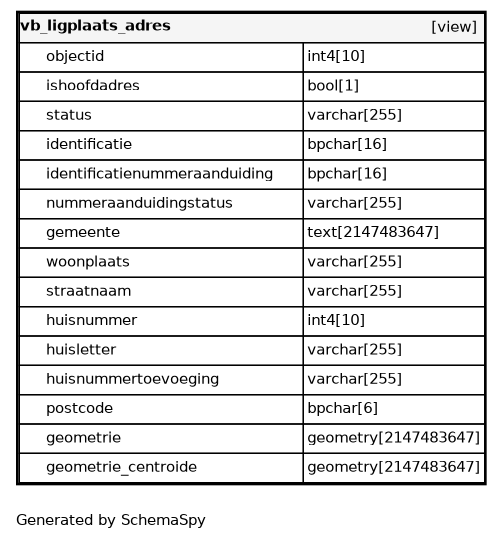
The Graphviz diagram datamodel/schemaspy/bag/diagrams/tables/vb_ligplaats_adres.1degree.png in B3Partners/brmo, before a commit. Its source is kept beside it as datamodel/schemaspy/bag/diagrams/tables/vb_ligplaats_adres.1degree.dot. The source it was exported from:
```dot
digraph "oneDegreeRelationshipsDiagram" {
  graph [    rankdir="RL"    bgcolor="#ffffff"    label="\nGenerated by SchemaSpy"    labeljust="l"    nodesep="0.18"    ranksep="0.46"    fontname="Helvetica"    fontsize="11"    ration="compress"  ];  node [    fontname="Helvetica"    fontsize="11"    shape="plaintext"  ];  edge [    arrowsize="0.8"  ];
  "vb_ligplaats_adres" [
   label=<
    <TABLE BORDER="2" CELLBORDER="1" CELLSPACING="0" BGCOLOR="#ffffff">
      <TR><TD COLSPAN="4"  BGCOLOR="#f5f5f5"><TABLE BORDER="0" CELLSPACING="0"><TR><TD ALIGN="LEFT" FIXEDSIZE="TRUE" WIDTH="109" HEIGHT="16"><B>vb_ligplaats_adres</B></TD><TD ALIGN="RIGHT">[view]</TD></TR></TABLE></TD></TR>
      <TR><TD PORT="objectid" COLSPAN="2" ALIGN="LEFT"><TABLE BORDER="0" CELLSPACING="0" ALIGN="LEFT"><TR ALIGN="LEFT"><TD ALIGN="LEFT" FIXEDSIZE="TRUE" WIDTH="15" HEIGHT="16"></TD><TD ALIGN="LEFT" FIXEDSIZE="TRUE" WIDTH="192" HEIGHT="16">objectid</TD></TR></TABLE></TD><TD PORT="objectid.type" ALIGN="LEFT">int4[10]</TD></TR>
      <TR><TD PORT="ishoofdadres" COLSPAN="2" ALIGN="LEFT"><TABLE BORDER="0" CELLSPACING="0" ALIGN="LEFT"><TR ALIGN="LEFT"><TD ALIGN="LEFT" FIXEDSIZE="TRUE" WIDTH="15" HEIGHT="16"></TD><TD ALIGN="LEFT" FIXEDSIZE="TRUE" WIDTH="192" HEIGHT="16">ishoofdadres</TD></TR></TABLE></TD><TD PORT="ishoofdadres.type" ALIGN="LEFT">bool[1]</TD></TR>
      <TR><TD PORT="status" COLSPAN="2" ALIGN="LEFT"><TABLE BORDER="0" CELLSPACING="0" ALIGN="LEFT"><TR ALIGN="LEFT"><TD ALIGN="LEFT" FIXEDSIZE="TRUE" WIDTH="15" HEIGHT="16"></TD><TD ALIGN="LEFT" FIXEDSIZE="TRUE" WIDTH="192" HEIGHT="16">status</TD></TR></TABLE></TD><TD PORT="status.type" ALIGN="LEFT">varchar[255]</TD></TR>
      <TR><TD PORT="identificatie" COLSPAN="2" ALIGN="LEFT"><TABLE BORDER="0" CELLSPACING="0" ALIGN="LEFT"><TR ALIGN="LEFT"><TD ALIGN="LEFT" FIXEDSIZE="TRUE" WIDTH="15" HEIGHT="16"></TD><TD ALIGN="LEFT" FIXEDSIZE="TRUE" WIDTH="192" HEIGHT="16">identificatie</TD></TR></TABLE></TD><TD PORT="identificatie.type" ALIGN="LEFT">bpchar[16]</TD></TR>
      <TR><TD PORT="identificatienummeraanduiding" COLSPAN="2" ALIGN="LEFT"><TABLE BORDER="0" CELLSPACING="0" ALIGN="LEFT"><TR ALIGN="LEFT"><TD ALIGN="LEFT" FIXEDSIZE="TRUE" WIDTH="15" HEIGHT="16"></TD><TD ALIGN="LEFT" FIXEDSIZE="TRUE" WIDTH="192" HEIGHT="16">identificatienummeraanduiding</TD></TR></TABLE></TD><TD PORT="identificatienummeraanduiding.type" ALIGN="LEFT">bpchar[16]</TD></TR>
      <TR><TD PORT="nummeraanduidingstatus" COLSPAN="2" ALIGN="LEFT"><TABLE BORDER="0" CELLSPACING="0" ALIGN="LEFT"><TR ALIGN="LEFT"><TD ALIGN="LEFT" FIXEDSIZE="TRUE" WIDTH="15" HEIGHT="16"></TD><TD ALIGN="LEFT" FIXEDSIZE="TRUE" WIDTH="192" HEIGHT="16">nummeraanduidingstatus</TD></TR></TABLE></TD><TD PORT="nummeraanduidingstatus.type" ALIGN="LEFT">varchar[255]</TD></TR>
      <TR><TD PORT="gemeente" COLSPAN="2" ALIGN="LEFT"><TABLE BORDER="0" CELLSPACING="0" ALIGN="LEFT"><TR ALIGN="LEFT"><TD ALIGN="LEFT" FIXEDSIZE="TRUE" WIDTH="15" HEIGHT="16"></TD><TD ALIGN="LEFT" FIXEDSIZE="TRUE" WIDTH="192" HEIGHT="16">gemeente</TD></TR></TABLE></TD><TD PORT="gemeente.type" ALIGN="LEFT">text[2147483647]</TD></TR>
      <TR><TD PORT="woonplaats" COLSPAN="2" ALIGN="LEFT"><TABLE BORDER="0" CELLSPACING="0" ALIGN="LEFT"><TR ALIGN="LEFT"><TD ALIGN="LEFT" FIXEDSIZE="TRUE" WIDTH="15" HEIGHT="16"></TD><TD ALIGN="LEFT" FIXEDSIZE="TRUE" WIDTH="192" HEIGHT="16">woonplaats</TD></TR></TABLE></TD><TD PORT="woonplaats.type" ALIGN="LEFT">varchar[255]</TD></TR>
      <TR><TD PORT="straatnaam" COLSPAN="2" ALIGN="LEFT"><TABLE BORDER="0" CELLSPACING="0" ALIGN="LEFT"><TR ALIGN="LEFT"><TD ALIGN="LEFT" FIXEDSIZE="TRUE" WIDTH="15" HEIGHT="16"></TD><TD ALIGN="LEFT" FIXEDSIZE="TRUE" WIDTH="192" HEIGHT="16">straatnaam</TD></TR></TABLE></TD><TD PORT="straatnaam.type" ALIGN="LEFT">varchar[255]</TD></TR>
      <TR><TD PORT="huisnummer" COLSPAN="2" ALIGN="LEFT"><TABLE BORDER="0" CELLSPACING="0" ALIGN="LEFT"><TR ALIGN="LEFT"><TD ALIGN="LEFT" FIXEDSIZE="TRUE" WIDTH="15" HEIGHT="16"></TD><TD ALIGN="LEFT" FIXEDSIZE="TRUE" WIDTH="192" HEIGHT="16">huisnummer</TD></TR></TABLE></TD><TD PORT="huisnummer.type" ALIGN="LEFT">int4[10]</TD></TR>
      <TR><TD PORT="huisletter" COLSPAN="2" ALIGN="LEFT"><TABLE BORDER="0" CELLSPACING="0" ALIGN="LEFT"><TR ALIGN="LEFT"><TD ALIGN="LEFT" FIXEDSIZE="TRUE" WIDTH="15" HEIGHT="16"></TD><TD ALIGN="LEFT" FIXEDSIZE="TRUE" WIDTH="192" HEIGHT="16">huisletter</TD></TR></TABLE></TD><TD PORT="huisletter.type" ALIGN="LEFT">varchar[255]</TD></TR>
      <TR><TD PORT="huisnummertoevoeging" COLSPAN="2" ALIGN="LEFT"><TABLE BORDER="0" CELLSPACING="0" ALIGN="LEFT"><TR ALIGN="LEFT"><TD ALIGN="LEFT" FIXEDSIZE="TRUE" WIDTH="15" HEIGHT="16"></TD><TD ALIGN="LEFT" FIXEDSIZE="TRUE" WIDTH="192" HEIGHT="16">huisnummertoevoeging</TD></TR></TABLE></TD><TD PORT="huisnummertoevoeging.type" ALIGN="LEFT">varchar[255]</TD></TR>
      <TR><TD PORT="postcode" COLSPAN="2" ALIGN="LEFT"><TABLE BORDER="0" CELLSPACING="0" ALIGN="LEFT"><TR ALIGN="LEFT"><TD ALIGN="LEFT" FIXEDSIZE="TRUE" WIDTH="15" HEIGHT="16"></TD><TD ALIGN="LEFT" FIXEDSIZE="TRUE" WIDTH="192" HEIGHT="16">postcode</TD></TR></TABLE></TD><TD PORT="postcode.type" ALIGN="LEFT">bpchar[6]</TD></TR>
      <TR><TD PORT="geometrie" COLSPAN="2" ALIGN="LEFT"><TABLE BORDER="0" CELLSPACING="0" ALIGN="LEFT"><TR ALIGN="LEFT"><TD ALIGN="LEFT" FIXEDSIZE="TRUE" WIDTH="15" HEIGHT="16"></TD><TD ALIGN="LEFT" FIXEDSIZE="TRUE" WIDTH="192" HEIGHT="16">geometrie</TD></TR></TABLE></TD><TD PORT="geometrie.type" ALIGN="LEFT">geometry[2147483647]</TD></TR>
      <TR><TD PORT="geometrie_centroide" COLSPAN="2" ALIGN="LEFT"><TABLE BORDER="0" CELLSPACING="0" ALIGN="LEFT"><TR ALIGN="LEFT"><TD ALIGN="LEFT" FIXEDSIZE="TRUE" WIDTH="15" HEIGHT="16"></TD><TD ALIGN="LEFT" FIXEDSIZE="TRUE" WIDTH="192" HEIGHT="16">geometrie_centroide</TD></TR></TABLE></TD><TD PORT="geometrie_centroide.type" ALIGN="LEFT">geometry[2147483647]</TD></TR>
    </TABLE>>
    URL="vb_ligplaats_adres.html"
    target="_top"
    tooltip="vb_ligplaats_adres"
  ];
}
```
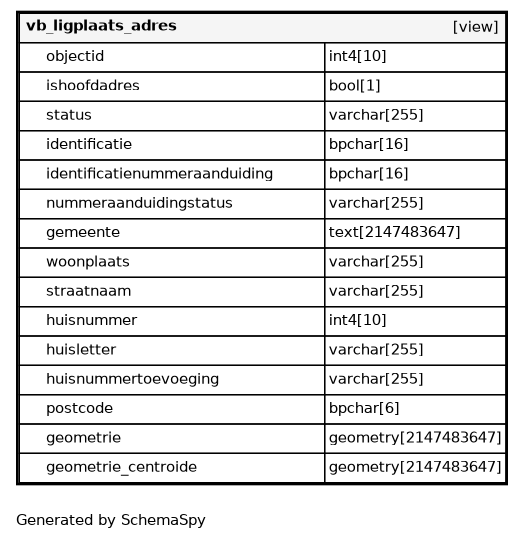
Above is the later version.

Change to the diagram source:
```diff
@@ -1,24 +1,24 @@
 digraph "oneDegreeRelationshipsDiagram" {
-  graph [    rankdir="RL"    bgcolor="#ffffff"    label="\nGenerated by SchemaSpy"    labeljust="l"    nodesep="0.18"    ranksep="0.46"    fontname="Helvetica"    fontsize="11"    ration="compress"  ];  node [    fontname="Helvetica"    fontsize="11"    shape="plaintext"  ];  edge [    arrowsize="0.8"  ];
+  graph [    rankdir="RL"    bgcolor="#ffffff"    label="\nGenerated by SchemaSpy"    labeljust="l"    nodesep="0.18"    ranksep="0.46"    fontname="Helvetica"    fontsize="11"    packmode="graph"  ];  node [    fontname="Helvetica"    fontsize="11"    shape="plaintext"  ];  edge [    arrowsize="0.8"  ];
   "vb_ligplaats_adres" [
    label=<
     <TABLE BORDER="2" CELLBORDER="1" CELLSPACING="0" BGCOLOR="#ffffff">
-      <TR><TD COLSPAN="4"  BGCOLOR="#f5f5f5"><TABLE BORDER="0" CELLSPACING="0"><TR><TD ALIGN="LEFT" FIXEDSIZE="TRUE" WIDTH="109" HEIGHT="16"><B>vb_ligplaats_adres</B></TD><TD ALIGN="RIGHT">[view]</TD></TR></TABLE></TD></TR>
-      <TR><TD PORT="objectid" COLSPAN="2" ALIGN="LEFT"><TABLE BORDER="0" CELLSPACING="0" ALIGN="LEFT"><TR ALIGN="LEFT"><TD ALIGN="LEFT" FIXEDSIZE="TRUE" WIDTH="15" HEIGHT="16"></TD><TD ALIGN="LEFT" FIXEDSIZE="TRUE" WIDTH="192" HEIGHT="16">objectid</TD></TR></TABLE></TD><TD PORT="objectid.type" ALIGN="LEFT">int4[10]</TD></TR>
-      <TR><TD PORT="ishoofdadres" COLSPAN="2" ALIGN="LEFT"><TABLE BORDER="0" CELLSPACING="0" ALIGN="LEFT"><TR ALIGN="LEFT"><TD ALIGN="LEFT" FIXEDSIZE="TRUE" WIDTH="15" HEIGHT="16"></TD><TD ALIGN="LEFT" FIXEDSIZE="TRUE" WIDTH="192" HEIGHT="16">ishoofdadres</TD></TR></TABLE></TD><TD PORT="ishoofdadres.type" ALIGN="LEFT">bool[1]</TD></TR>
-      <TR><TD PORT="status" COLSPAN="2" ALIGN="LEFT"><TABLE BORDER="0" CELLSPACING="0" ALIGN="LEFT"><TR ALIGN="LEFT"><TD ALIGN="LEFT" FIXEDSIZE="TRUE" WIDTH="15" HEIGHT="16"></TD><TD ALIGN="LEFT" FIXEDSIZE="TRUE" WIDTH="192" HEIGHT="16">status</TD></TR></TABLE></TD><TD PORT="status.type" ALIGN="LEFT">varchar[255]</TD></TR>
-      <TR><TD PORT="identificatie" COLSPAN="2" ALIGN="LEFT"><TABLE BORDER="0" CELLSPACING="0" ALIGN="LEFT"><TR ALIGN="LEFT"><TD ALIGN="LEFT" FIXEDSIZE="TRUE" WIDTH="15" HEIGHT="16"></TD><TD ALIGN="LEFT" FIXEDSIZE="TRUE" WIDTH="192" HEIGHT="16">identificatie</TD></TR></TABLE></TD><TD PORT="identificatie.type" ALIGN="LEFT">bpchar[16]</TD></TR>
-      <TR><TD PORT="identificatienummeraanduiding" COLSPAN="2" ALIGN="LEFT"><TABLE BORDER="0" CELLSPACING="0" ALIGN="LEFT"><TR ALIGN="LEFT"><TD ALIGN="LEFT" FIXEDSIZE="TRUE" WIDTH="15" HEIGHT="16"></TD><TD ALIGN="LEFT" FIXEDSIZE="TRUE" WIDTH="192" HEIGHT="16">identificatienummeraanduiding</TD></TR></TABLE></TD><TD PORT="identificatienummeraanduiding.type" ALIGN="LEFT">bpchar[16]</TD></TR>
-      <TR><TD PORT="nummeraanduidingstatus" COLSPAN="2" ALIGN="LEFT"><TABLE BORDER="0" CELLSPACING="0" ALIGN="LEFT"><TR ALIGN="LEFT"><TD ALIGN="LEFT" FIXEDSIZE="TRUE" WIDTH="15" HEIGHT="16"></TD><TD ALIGN="LEFT" FIXEDSIZE="TRUE" WIDTH="192" HEIGHT="16">nummeraanduidingstatus</TD></TR></TABLE></TD><TD PORT="nummeraanduidingstatus.type" ALIGN="LEFT">varchar[255]</TD></TR>
-      <TR><TD PORT="gemeente" COLSPAN="2" ALIGN="LEFT"><TABLE BORDER="0" CELLSPACING="0" ALIGN="LEFT"><TR ALIGN="LEFT"><TD ALIGN="LEFT" FIXEDSIZE="TRUE" WIDTH="15" HEIGHT="16"></TD><TD ALIGN="LEFT" FIXEDSIZE="TRUE" WIDTH="192" HEIGHT="16">gemeente</TD></TR></TABLE></TD><TD PORT="gemeente.type" ALIGN="LEFT">text[2147483647]</TD></TR>
-      <TR><TD PORT="woonplaats" COLSPAN="2" ALIGN="LEFT"><TABLE BORDER="0" CELLSPACING="0" ALIGN="LEFT"><TR ALIGN="LEFT"><TD ALIGN="LEFT" FIXEDSIZE="TRUE" WIDTH="15" HEIGHT="16"></TD><TD ALIGN="LEFT" FIXEDSIZE="TRUE" WIDTH="192" HEIGHT="16">woonplaats</TD></TR></TABLE></TD><TD PORT="woonplaats.type" ALIGN="LEFT">varchar[255]</TD></TR>
-      <TR><TD PORT="straatnaam" COLSPAN="2" ALIGN="LEFT"><TABLE BORDER="0" CELLSPACING="0" ALIGN="LEFT"><TR ALIGN="LEFT"><TD ALIGN="LEFT" FIXEDSIZE="TRUE" WIDTH="15" HEIGHT="16"></TD><TD ALIGN="LEFT" FIXEDSIZE="TRUE" WIDTH="192" HEIGHT="16">straatnaam</TD></TR></TABLE></TD><TD PORT="straatnaam.type" ALIGN="LEFT">varchar[255]</TD></TR>
-      <TR><TD PORT="huisnummer" COLSPAN="2" ALIGN="LEFT"><TABLE BORDER="0" CELLSPACING="0" ALIGN="LEFT"><TR ALIGN="LEFT"><TD ALIGN="LEFT" FIXEDSIZE="TRUE" WIDTH="15" HEIGHT="16"></TD><TD ALIGN="LEFT" FIXEDSIZE="TRUE" WIDTH="192" HEIGHT="16">huisnummer</TD></TR></TABLE></TD><TD PORT="huisnummer.type" ALIGN="LEFT">int4[10]</TD></TR>
-      <TR><TD PORT="huisletter" COLSPAN="2" ALIGN="LEFT"><TABLE BORDER="0" CELLSPACING="0" ALIGN="LEFT"><TR ALIGN="LEFT"><TD ALIGN="LEFT" FIXEDSIZE="TRUE" WIDTH="15" HEIGHT="16"></TD><TD ALIGN="LEFT" FIXEDSIZE="TRUE" WIDTH="192" HEIGHT="16">huisletter</TD></TR></TABLE></TD><TD PORT="huisletter.type" ALIGN="LEFT">varchar[255]</TD></TR>
-      <TR><TD PORT="huisnummertoevoeging" COLSPAN="2" ALIGN="LEFT"><TABLE BORDER="0" CELLSPACING="0" ALIGN="LEFT"><TR ALIGN="LEFT"><TD ALIGN="LEFT" FIXEDSIZE="TRUE" WIDTH="15" HEIGHT="16"></TD><TD ALIGN="LEFT" FIXEDSIZE="TRUE" WIDTH="192" HEIGHT="16">huisnummertoevoeging</TD></TR></TABLE></TD><TD PORT="huisnummertoevoeging.type" ALIGN="LEFT">varchar[255]</TD></TR>
-      <TR><TD PORT="postcode" COLSPAN="2" ALIGN="LEFT"><TABLE BORDER="0" CELLSPACING="0" ALIGN="LEFT"><TR ALIGN="LEFT"><TD ALIGN="LEFT" FIXEDSIZE="TRUE" WIDTH="15" HEIGHT="16"></TD><TD ALIGN="LEFT" FIXEDSIZE="TRUE" WIDTH="192" HEIGHT="16">postcode</TD></TR></TABLE></TD><TD PORT="postcode.type" ALIGN="LEFT">bpchar[6]</TD></TR>
-      <TR><TD PORT="geometrie" COLSPAN="2" ALIGN="LEFT"><TABLE BORDER="0" CELLSPACING="0" ALIGN="LEFT"><TR ALIGN="LEFT"><TD ALIGN="LEFT" FIXEDSIZE="TRUE" WIDTH="15" HEIGHT="16"></TD><TD ALIGN="LEFT" FIXEDSIZE="TRUE" WIDTH="192" HEIGHT="16">geometrie</TD></TR></TABLE></TD><TD PORT="geometrie.type" ALIGN="LEFT">geometry[2147483647]</TD></TR>
-      <TR><TD PORT="geometrie_centroide" COLSPAN="2" ALIGN="LEFT"><TABLE BORDER="0" CELLSPACING="0" ALIGN="LEFT"><TR ALIGN="LEFT"><TD ALIGN="LEFT" FIXEDSIZE="TRUE" WIDTH="15" HEIGHT="16"></TD><TD ALIGN="LEFT" FIXEDSIZE="TRUE" WIDTH="192" HEIGHT="16">geometrie_centroide</TD></TR></TABLE></TD><TD PORT="geometrie_centroide.type" ALIGN="LEFT">geometry[2147483647]</TD></TR>
+      <TR><TD COLSPAN="4"  BGCOLOR="#f5f5f5"><TABLE BORDER="0" CELLSPACING="0"><TR><TD ALIGN="LEFT" FIXEDSIZE="TRUE" WIDTH="118" HEIGHT="16"><B>vb_ligplaats_adres</B></TD><TD ALIGN="RIGHT">[view]</TD></TR></TABLE></TD></TR>
+      <TR><TD PORT="objectid" COLSPAN="2" ALIGN="LEFT"><TABLE BORDER="0" CELLSPACING="0" ALIGN="LEFT"><TR ALIGN="LEFT"><TD ALIGN="LEFT" FIXEDSIZE="TRUE" WIDTH="15" HEIGHT="16"></TD><TD ALIGN="LEFT" FIXEDSIZE="TRUE" WIDTH="208" HEIGHT="16">objectid</TD></TR></TABLE></TD><TD PORT="objectid.type" ALIGN="LEFT">int4[10]</TD></TR>
+      <TR><TD PORT="ishoofdadres" COLSPAN="2" ALIGN="LEFT"><TABLE BORDER="0" CELLSPACING="0" ALIGN="LEFT"><TR ALIGN="LEFT"><TD ALIGN="LEFT" FIXEDSIZE="TRUE" WIDTH="15" HEIGHT="16"></TD><TD ALIGN="LEFT" FIXEDSIZE="TRUE" WIDTH="208" HEIGHT="16">ishoofdadres</TD></TR></TABLE></TD><TD PORT="ishoofdadres.type" ALIGN="LEFT">bool[1]</TD></TR>
+      <TR><TD PORT="status" COLSPAN="2" ALIGN="LEFT"><TABLE BORDER="0" CELLSPACING="0" ALIGN="LEFT"><TR ALIGN="LEFT"><TD ALIGN="LEFT" FIXEDSIZE="TRUE" WIDTH="15" HEIGHT="16"></TD><TD ALIGN="LEFT" FIXEDSIZE="TRUE" WIDTH="208" HEIGHT="16">status</TD></TR></TABLE></TD><TD PORT="status.type" ALIGN="LEFT">varchar[255]</TD></TR>
+      <TR><TD PORT="identificatie" COLSPAN="2" ALIGN="LEFT"><TABLE BORDER="0" CELLSPACING="0" ALIGN="LEFT"><TR ALIGN="LEFT"><TD ALIGN="LEFT" FIXEDSIZE="TRUE" WIDTH="15" HEIGHT="16"></TD><TD ALIGN="LEFT" FIXEDSIZE="TRUE" WIDTH="208" HEIGHT="16">identificatie</TD></TR></TABLE></TD><TD PORT="identificatie.type" ALIGN="LEFT">bpchar[16]</TD></TR>
+      <TR><TD PORT="identificatienummeraanduiding" COLSPAN="2" ALIGN="LEFT"><TABLE BORDER="0" CELLSPACING="0" ALIGN="LEFT"><TR ALIGN="LEFT"><TD ALIGN="LEFT" FIXEDSIZE="TRUE" WIDTH="15" HEIGHT="16"></TD><TD ALIGN="LEFT" FIXEDSIZE="TRUE" WIDTH="208" HEIGHT="16">identificatienummeraanduiding</TD></TR></TABLE></TD><TD PORT="identificatienummeraanduiding.type" ALIGN="LEFT">bpchar[16]</TD></TR>
+      <TR><TD PORT="nummeraanduidingstatus" COLSPAN="2" ALIGN="LEFT"><TABLE BORDER="0" CELLSPACING="0" ALIGN="LEFT"><TR ALIGN="LEFT"><TD ALIGN="LEFT" FIXEDSIZE="TRUE" WIDTH="15" HEIGHT="16"></TD><TD ALIGN="LEFT" FIXEDSIZE="TRUE" WIDTH="208" HEIGHT="16">nummeraanduidingstatus</TD></TR></TABLE></TD><TD PORT="nummeraanduidingstatus.type" ALIGN="LEFT">varchar[255]</TD></TR>
+      <TR><TD PORT="gemeente" COLSPAN="2" ALIGN="LEFT"><TABLE BORDER="0" CELLSPACING="0" ALIGN="LEFT"><TR ALIGN="LEFT"><TD ALIGN="LEFT" FIXEDSIZE="TRUE" WIDTH="15" HEIGHT="16"></TD><TD ALIGN="LEFT" FIXEDSIZE="TRUE" WIDTH="208" HEIGHT="16">gemeente</TD></TR></TABLE></TD><TD PORT="gemeente.type" ALIGN="LEFT">text[2147483647]</TD></TR>
+      <TR><TD PORT="woonplaats" COLSPAN="2" ALIGN="LEFT"><TABLE BORDER="0" CELLSPACING="0" ALIGN="LEFT"><TR ALIGN="LEFT"><TD ALIGN="LEFT" FIXEDSIZE="TRUE" WIDTH="15" HEIGHT="16"></TD><TD ALIGN="LEFT" FIXEDSIZE="TRUE" WIDTH="208" HEIGHT="16">woonplaats</TD></TR></TABLE></TD><TD PORT="woonplaats.type" ALIGN="LEFT">varchar[255]</TD></TR>
+      <TR><TD PORT="straatnaam" COLSPAN="2" ALIGN="LEFT"><TABLE BORDER="0" CELLSPACING="0" ALIGN="LEFT"><TR ALIGN="LEFT"><TD ALIGN="LEFT" FIXEDSIZE="TRUE" WIDTH="15" HEIGHT="16"></TD><TD ALIGN="LEFT" FIXEDSIZE="TRUE" WIDTH="208" HEIGHT="16">straatnaam</TD></TR></TABLE></TD><TD PORT="straatnaam.type" ALIGN="LEFT">varchar[255]</TD></TR>
+      <TR><TD PORT="huisnummer" COLSPAN="2" ALIGN="LEFT"><TABLE BORDER="0" CELLSPACING="0" ALIGN="LEFT"><TR ALIGN="LEFT"><TD ALIGN="LEFT" FIXEDSIZE="TRUE" WIDTH="15" HEIGHT="16"></TD><TD ALIGN="LEFT" FIXEDSIZE="TRUE" WIDTH="208" HEIGHT="16">huisnummer</TD></TR></TABLE></TD><TD PORT="huisnummer.type" ALIGN="LEFT">int4[10]</TD></TR>
+      <TR><TD PORT="huisletter" COLSPAN="2" ALIGN="LEFT"><TABLE BORDER="0" CELLSPACING="0" ALIGN="LEFT"><TR ALIGN="LEFT"><TD ALIGN="LEFT" FIXEDSIZE="TRUE" WIDTH="15" HEIGHT="16"></TD><TD ALIGN="LEFT" FIXEDSIZE="TRUE" WIDTH="208" HEIGHT="16">huisletter</TD></TR></TABLE></TD><TD PORT="huisletter.type" ALIGN="LEFT">varchar[255]</TD></TR>
+      <TR><TD PORT="huisnummertoevoeging" COLSPAN="2" ALIGN="LEFT"><TABLE BORDER="0" CELLSPACING="0" ALIGN="LEFT"><TR ALIGN="LEFT"><TD ALIGN="LEFT" FIXEDSIZE="TRUE" WIDTH="15" HEIGHT="16"></TD><TD ALIGN="LEFT" FIXEDSIZE="TRUE" WIDTH="208" HEIGHT="16">huisnummertoevoeging</TD></TR></TABLE></TD><TD PORT="huisnummertoevoeging.type" ALIGN="LEFT">varchar[255]</TD></TR>
+      <TR><TD PORT="postcode" COLSPAN="2" ALIGN="LEFT"><TABLE BORDER="0" CELLSPACING="0" ALIGN="LEFT"><TR ALIGN="LEFT"><TD ALIGN="LEFT" FIXEDSIZE="TRUE" WIDTH="15" HEIGHT="16"></TD><TD ALIGN="LEFT" FIXEDSIZE="TRUE" WIDTH="208" HEIGHT="16">postcode</TD></TR></TABLE></TD><TD PORT="postcode.type" ALIGN="LEFT">bpchar[6]</TD></TR>
+      <TR><TD PORT="geometrie" COLSPAN="2" ALIGN="LEFT"><TABLE BORDER="0" CELLSPACING="0" ALIGN="LEFT"><TR ALIGN="LEFT"><TD ALIGN="LEFT" FIXEDSIZE="TRUE" WIDTH="15" HEIGHT="16"></TD><TD ALIGN="LEFT" FIXEDSIZE="TRUE" WIDTH="208" HEIGHT="16">geometrie</TD></TR></TABLE></TD><TD PORT="geometrie.type" ALIGN="LEFT">geometry[2147483647]</TD></TR>
+      <TR><TD PORT="geometrie_centroide" COLSPAN="2" ALIGN="LEFT"><TABLE BORDER="0" CELLSPACING="0" ALIGN="LEFT"><TR ALIGN="LEFT"><TD ALIGN="LEFT" FIXEDSIZE="TRUE" WIDTH="15" HEIGHT="16"></TD><TD ALIGN="LEFT" FIXEDSIZE="TRUE" WIDTH="208" HEIGHT="16">geometrie_centroide</TD></TR></TABLE></TD><TD PORT="geometrie_centroide.type" ALIGN="LEFT">geometry[2147483647]</TD></TR>
     </TABLE>>
     URL="vb_ligplaats_adres.html"
     target="_top"
```
